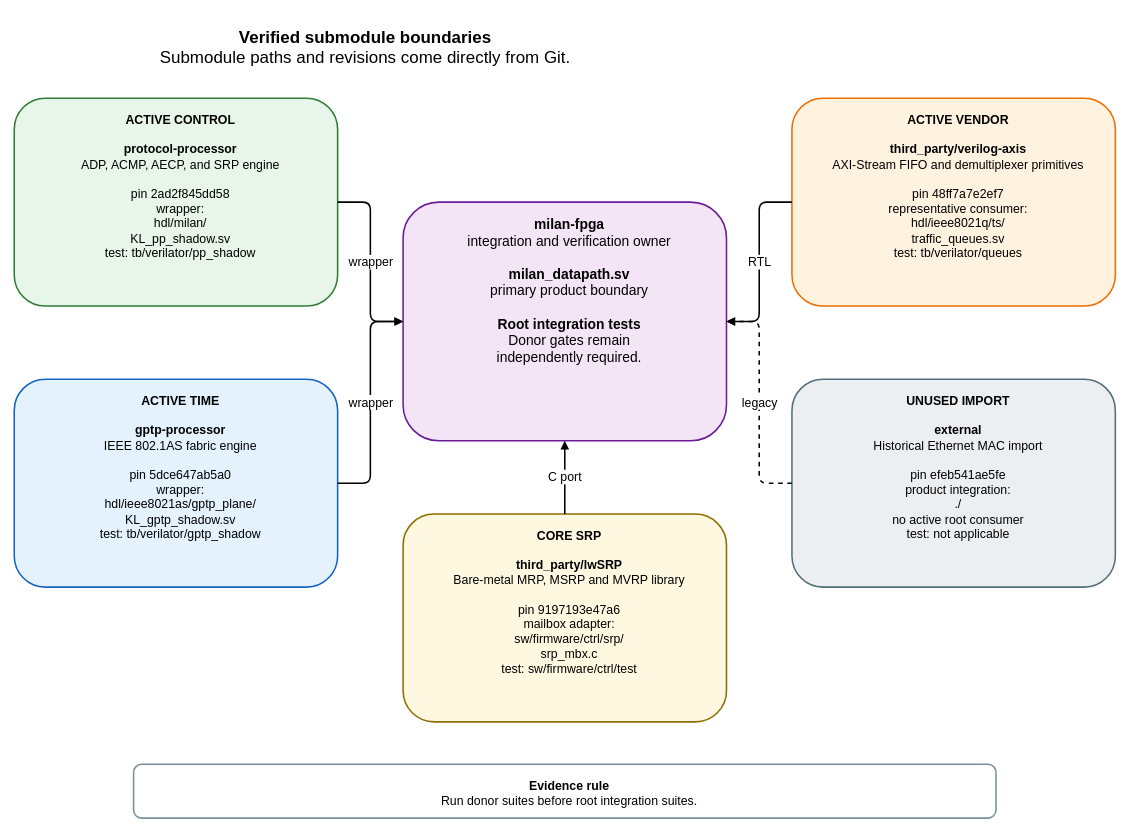
Before: docs/diagrams/submodule_boundaries.drawio in kebag-logic/milan-fpga, a draw.io diagram. Source tidied: cells renumbered, new cells numbered last; positions are measured from the earlier drawing's top-left corner, leaving out a move shared by most shapes. Both pictures are drawn from the tidied source at 77%, with x=0, y=0 at pixel (14, 13).
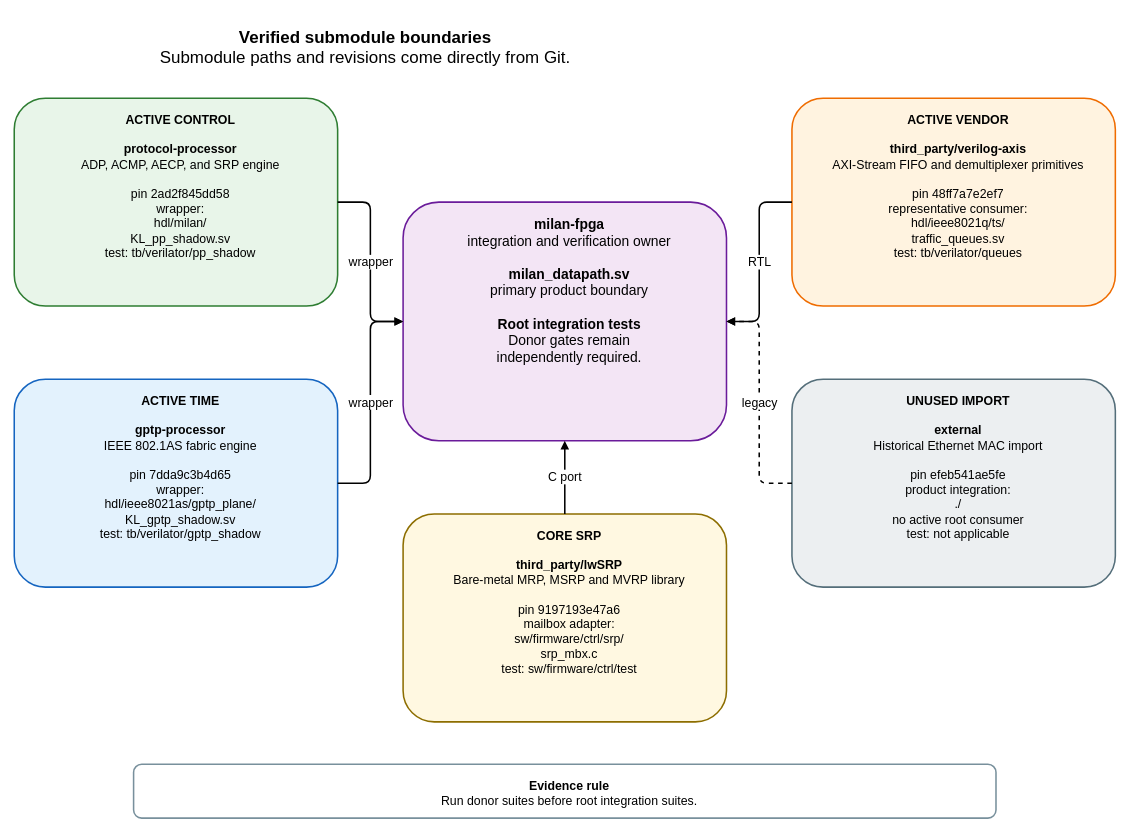
After the change.

Diff of the diagram source:
```diff
@@
 <mxGraphModel>
   <root>
     <mxCell id="0" />
     <mxCell id="1" parent="0" />
     <mxCell id="2" value="&lt;b&gt;Verified submodule boundaries&lt;/b&gt;&lt;br&gt;Submodule paths and revisions come directly from Git." style="rounded=1;whiteSpace=wrap;html=1;verticalAlign=top;spacingTop=12;spacingLeft=12;fontSize=22;fontFamily=Helvetica;fillColor=none;strokeColor=none;strokeWidth=2;" parent="1" vertex="1">
       <mxGeometry width="900" height="65" as="geometry" />
     </mxCell>
     <mxCell id="3" value="&lt;b&gt;milan-fpga&lt;/b&gt;&lt;br&gt;integration and verification owner&lt;br&gt;&lt;br&gt;&lt;b&gt;milan_datapath.sv&lt;/b&gt;&lt;br&gt;primary product boundary&lt;br&gt;&lt;br&gt;&lt;b&gt;Root integration tests&lt;/b&gt;&lt;br&gt;Donor gates remain&lt;br&gt;independently required." style="rounded=1;whiteSpace=wrap;html=1;verticalAlign=top;spacingTop=12;spacingLeft=12;fontSize=18;fontFamily=Helvetica;fillColor=#F3E5F5;strokeColor=#6A1B9A;strokeWidth=2;" parent="1" vertex="1">
       <mxGeometry x="505" y="245" width="420" height="310" as="geometry" />
     </mxCell>
     <mxCell id="4" value="&lt;b&gt;ACTIVE CONTROL&lt;/b&gt;&lt;br&gt;&lt;br&gt;&lt;b&gt;protocol-processor&lt;/b&gt;&lt;br&gt;ADP, ACMP, AECP, and SRP engine&lt;br&gt;&lt;br&gt;pin 2ad2f845dd58&lt;br&gt;wrapper:&lt;br&gt;hdl/milan/&lt;br&gt;KL_pp_shadow.sv&lt;br&gt;test: tb/verilator/pp_shadow" style="rounded=1;whiteSpace=wrap;html=1;verticalAlign=top;spacingTop=12;spacingLeft=12;fontSize=16;fontFamily=Helvetica;fillColor=#E8F5E9;strokeColor=#2E7D32;strokeWidth=2;" parent="1" vertex="1">
       <mxGeometry y="110" width="420" height="270" as="geometry" />
     </mxCell>
-    <mxCell id="5" value="&lt;b&gt;ACTIVE TIME&lt;/b&gt;&lt;br&gt;&lt;br&gt;&lt;b&gt;gptp-processor&lt;/b&gt;&lt;br&gt;IEEE 802.1AS fabric engine&lt;br&gt;&lt;br&gt;pin 5dce647ab5a0&lt;br&gt;wrapper:&lt;br&gt;hdl/ieee8021as/gptp_plane/&lt;br&gt;KL_gptp_shadow.sv&lt;br&gt;test: tb/verilator/gptp_shadow" style="rounded=1;whiteSpace=wrap;html=1;verticalAlign=top;spacingTop=12;spacingLeft=12;fontSize=16;fontFamily=Helvetica;fillColor=#E3F2FD;strokeColor=#1565C0;strokeWidth=2;" parent="1" vertex="1">
+    <mxCell id="5" value="&lt;b&gt;ACTIVE TIME&lt;/b&gt;&lt;br&gt;&lt;br&gt;&lt;b&gt;gptp-processor&lt;/b&gt;&lt;br&gt;IEEE 802.1AS fabric engine&lt;br&gt;&lt;br&gt;pin 7dda9c3b4d65&lt;br&gt;wrapper:&lt;br&gt;hdl/ieee8021as/gptp_plane/&lt;br&gt;KL_gptp_shadow.sv&lt;br&gt;test: tb/verilator/gptp_shadow" style="rounded=1;whiteSpace=wrap;html=1;verticalAlign=top;spacingTop=12;spacingLeft=12;fontSize=16;fontFamily=Helvetica;fillColor=#E3F2FD;strokeColor=#1565C0;strokeWidth=2;" parent="1" vertex="1">
       <mxGeometry y="475" width="420" height="270" as="geometry" />
     </mxCell>
     <mxCell id="6" value="&lt;b&gt;ACTIVE VENDOR&lt;/b&gt;&lt;br&gt;&lt;br&gt;&lt;b&gt;third_party/verilog-axis&lt;/b&gt;&lt;br&gt;AXI-Stream FIFO and demultiplexer primitives&lt;br&gt;&lt;br&gt;pin 48ff7a7e2ef7&lt;br&gt;representative consumer:&lt;br&gt;hdl/ieee8021q/ts/&lt;br&gt;traffic_queues.sv&lt;br&gt;test: tb/verilator/queues" style="rounded=1;whiteSpace=wrap;html=1;verticalAlign=top;spacingTop=12;spacingLeft=12;fontSize=16;fontFamily=Helvetica;fillColor=#FFF3E0;strokeColor=#EF6C00;strokeWidth=2;" parent="1" vertex="1">
       <mxGeometry x="1010" y="110" width="420" height="270" as="geometry" />
     </mxCell>
     <mxCell id="7" value="&lt;b&gt;UNUSED IMPORT&lt;/b&gt;&lt;br&gt;&lt;br&gt;&lt;b&gt;external&lt;/b&gt;&lt;br&gt;Historical Ethernet MAC import&lt;br&gt;&lt;br&gt;pin efeb541ae5fe&lt;br&gt;product integration:&lt;br&gt;./&lt;br&gt;no active root consumer&lt;br&gt;test: not applicable" style="rounded=1;whiteSpace=wrap;html=1;verticalAlign=top;spacingTop=12;spacingLeft=12;fontSize=16;fontFamily=Helvetica;fillColor=#ECEFF1;strokeColor=#546E7A;strokeWidth=2;" parent="1" vertex="1">
       <mxGeometry x="1010" y="475" width="420" height="270" as="geometry" />
     </mxCell>
     <mxCell id="8" value="&lt;b&gt;CORE SRP&lt;/b&gt;&lt;br&gt;&lt;br&gt;&lt;b&gt;third_party/lwSRP&lt;/b&gt;&lt;br&gt;Bare-metal MRP, MSRP and MVRP library&lt;br&gt;&lt;br&gt;pin 9197193e47a6&lt;br&gt;mailbox adapter:&lt;br&gt;sw/firmware/ctrl/srp/&lt;br&gt;srp_mbx.c&lt;br&gt;test: sw/firmware/ctrl/test" style="rounded=1;whiteSpace=wrap;html=1;verticalAlign=top;spacingTop=12;spacingLeft=12;fontSize=16;fontFamily=Helvetica;fillColor=#FFF8E1;strokeColor=#8D6E00;strokeWidth=2;" parent="1" vertex="1">
       <mxGeometry x="505" y="650" width="420" height="270" as="geometry" />
     </mxCell>
     <mxCell id="9" value="wrapper" style="edgeStyle=orthogonalEdgeStyle;rounded=1;jettySize=auto;html=1;endArrow=block;endFill=1;strokeWidth=2;fontSize=16;fontFamily=Helvetica;labelBackgroundColor=#FFFFFF;" parent="1" edge="1" source="4" target="3">
       <mxGeometry relative="1" as="geometry" />
     </mxCell>
     <mxCell id="10" value="wrapper" style="edgeStyle=orthogonalEdgeStyle;rounded=1;jettySize=auto;html=1;endArrow=block;endFill=1;strokeWidth=2;fontSize=16;fontFamily=Helvetica;labelBackgroundColor=#FFFFFF;" parent="1" edge="1" source="5" target="3">
       <mxGeometry relative="1" as="geometry" />
     </mxCell>
     <mxCell id="11" value="RTL" style="edgeStyle=orthogonalEdgeStyle;rounded=1;jettySize=auto;html=1;endArrow=block;endFill=1;strokeWidth=2;fontSize=16;fontFamily=Helvetica;labelBackgroundColor=#FFFFFF;" parent="1" edge="1" source="6" target="3">
       <mxGeometry relative="1" as="geometry" />
     </mxCell>
     <mxCell id="12" value="legacy" style="edgeStyle=orthogonalEdgeStyle;rounded=1;jettySize=auto;html=1;endArrow=block;endFill=1;strokeWidth=2;fontSize=16;fontFamily=Helvetica;labelBackgroundColor=#FFFFFF;dashed=1;" parent="1" edge="1" source="7" target="3">
       <mxGeometry relative="1" as="geometry" />
     </mxCell>
     <mxCell id="13" value="C port" style="edgeStyle=orthogonalEdgeStyle;rounded=1;jettySize=auto;html=1;endArrow=block;endFill=1;strokeWidth=2;fontSize=16;fontFamily=Helvetica;labelBackgroundColor=#FFFFFF;" parent="1" edge="1" source="8" target="3">
       <mxGeometry relative="1" as="geometry" />
     </mxCell>
     <mxCell id="14" value="&lt;b&gt;Evidence rule&lt;/b&gt;&lt;br&gt;Run donor suites before root integration suites." style="rounded=1;whiteSpace=wrap;html=1;verticalAlign=top;spacingTop=12;spacingLeft=12;fontSize=16;fontFamily=Helvetica;fillColor=#FFFFFF;strokeColor=#78909C;strokeWidth=2;" parent="1" vertex="1">
       <mxGeometry x="155" y="975" width="1120" height="70" as="geometry" />
     </mxCell>
   </root>
 </mxGraphModel>
```
